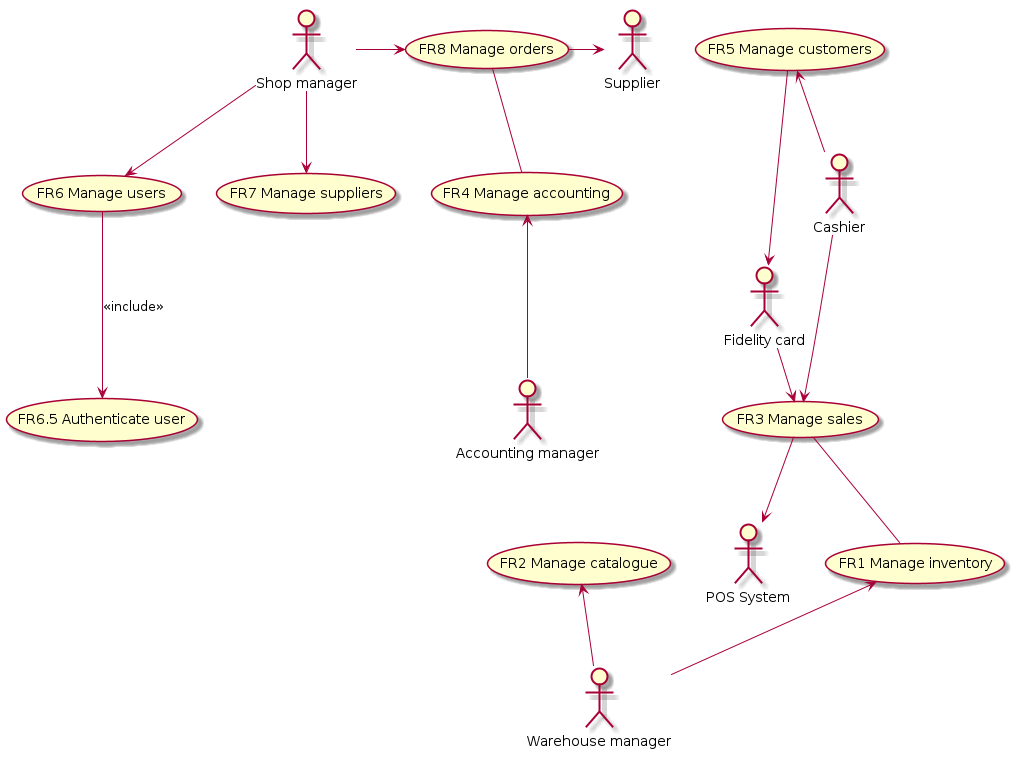
BMike10/EzShop keeps this PlantUML diagram as Deliverables/img/usecase_diagram.png. Above is the earlier version.
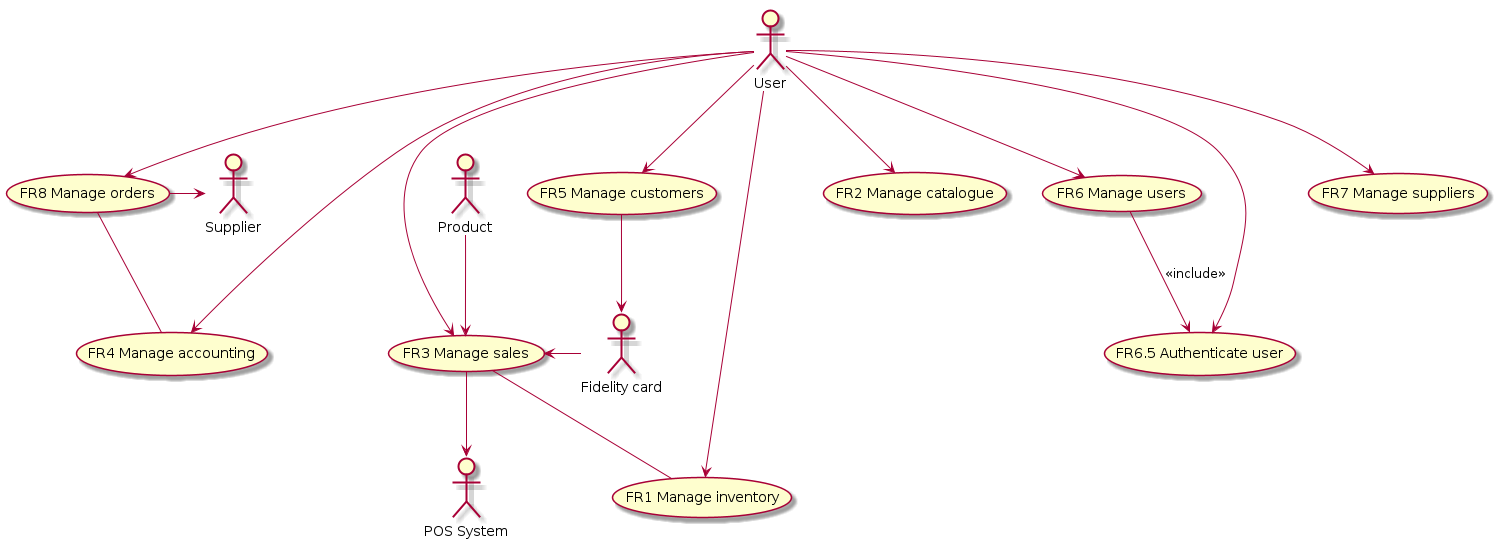
After the commit.

Diff of the diagram source:
```diff
@@ -1,11 +1,4 @@
 @startuml usecase_diagram
-	actor :Shop manager: as sm
-	actor :Cashier: as cr
-	actor :Accounting manager: as am
-	actor :Warehouse manager: as wm
-	actor :Supplier: as s
-	actor :POS System: as ccs
-	actor :Fidelity card: as fc
 	usecase "FR1 Manage inventory" as mi
 	usecase "FR2 Manage catalogue" as mca
 	usecase "FR3 Manage sales" as ms
@@ -16,19 +9,28 @@
 	usecase "FR8 Manage orders" as mo
 	usecase "FR6.5 Authenticate user" as mua
 
+	actor :Supplier: as s
+	actor :POS System: as ccs
+	actor :Fidelity card: as fc
+
+	actor :User: as u
+	u --> mi
+	u --> mca
+	u --> ms
+	u --> ma
+	u --> mc
+	u --> mu
+	u --> msu
+	u --> mo
+	u --> mua
+
 	mu --> mua: <<include>>
 	ms -- mi
 	mo -- ma
-	sm --> mu
-	sm --> msu
-	sm -> mo
-	ma <-- am
-	cr --> ms
-	mc <-- cr
+
 	ms --> ccs
-	mi <-- wm
-	mca <-- wm
 	mo -> s
+	mc --> fc
+	:Product: --> ms
 	fc -> ms
-	mc --> fc
 @enduml
```
